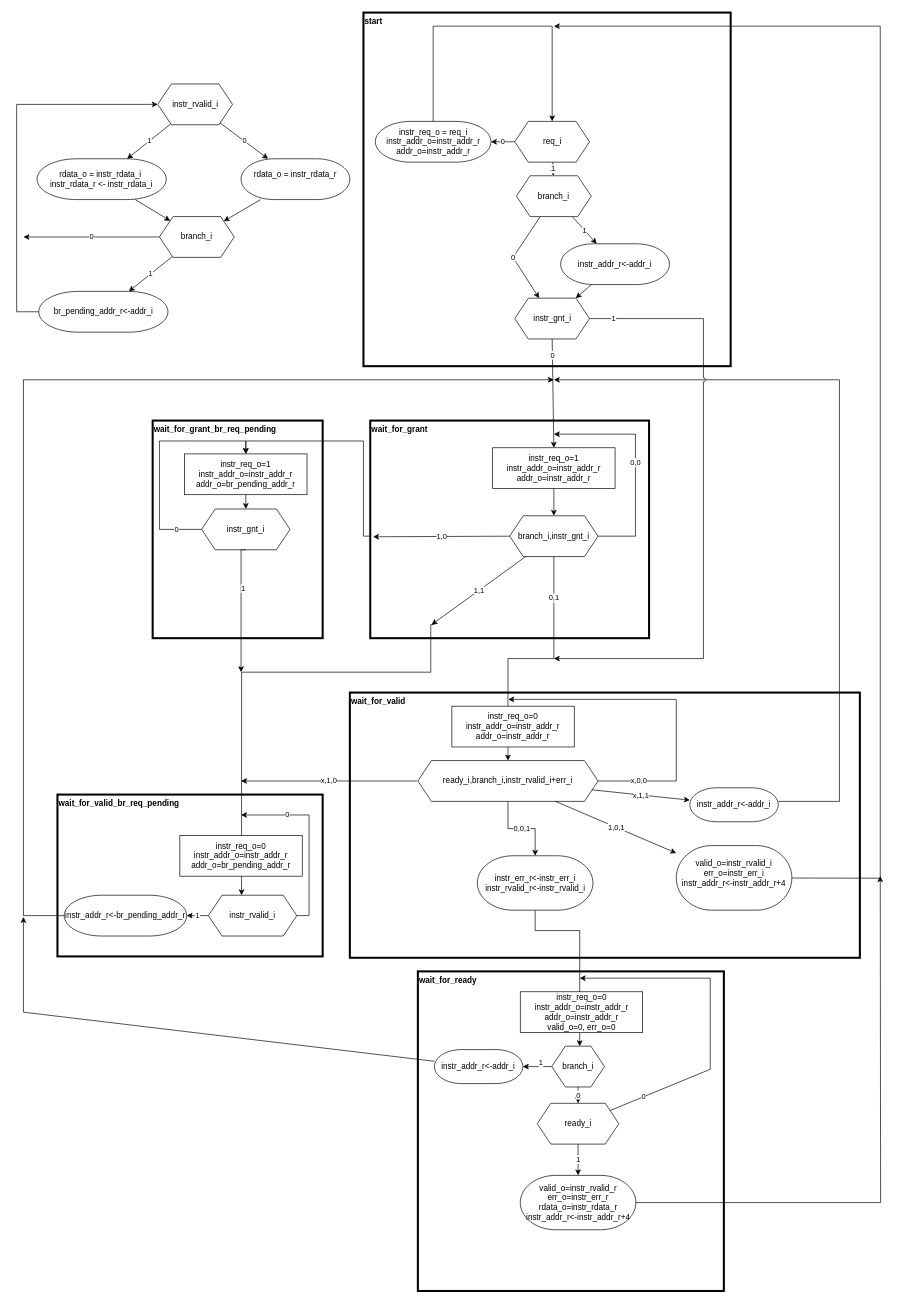
This is docs/assets/single-prefetch-buffer-fsm.drawio from epsilon537/boxlambda, a draw.io file, before an edit. Source tidied: cells renumbered, new cells numbered last; positions are measured from the earlier drawing's top-left corner, leaving out a move shared by most shapes. Both pictures are drawn from the tidied source at 68%, with x=0, y=0 at pixel (16, 12).
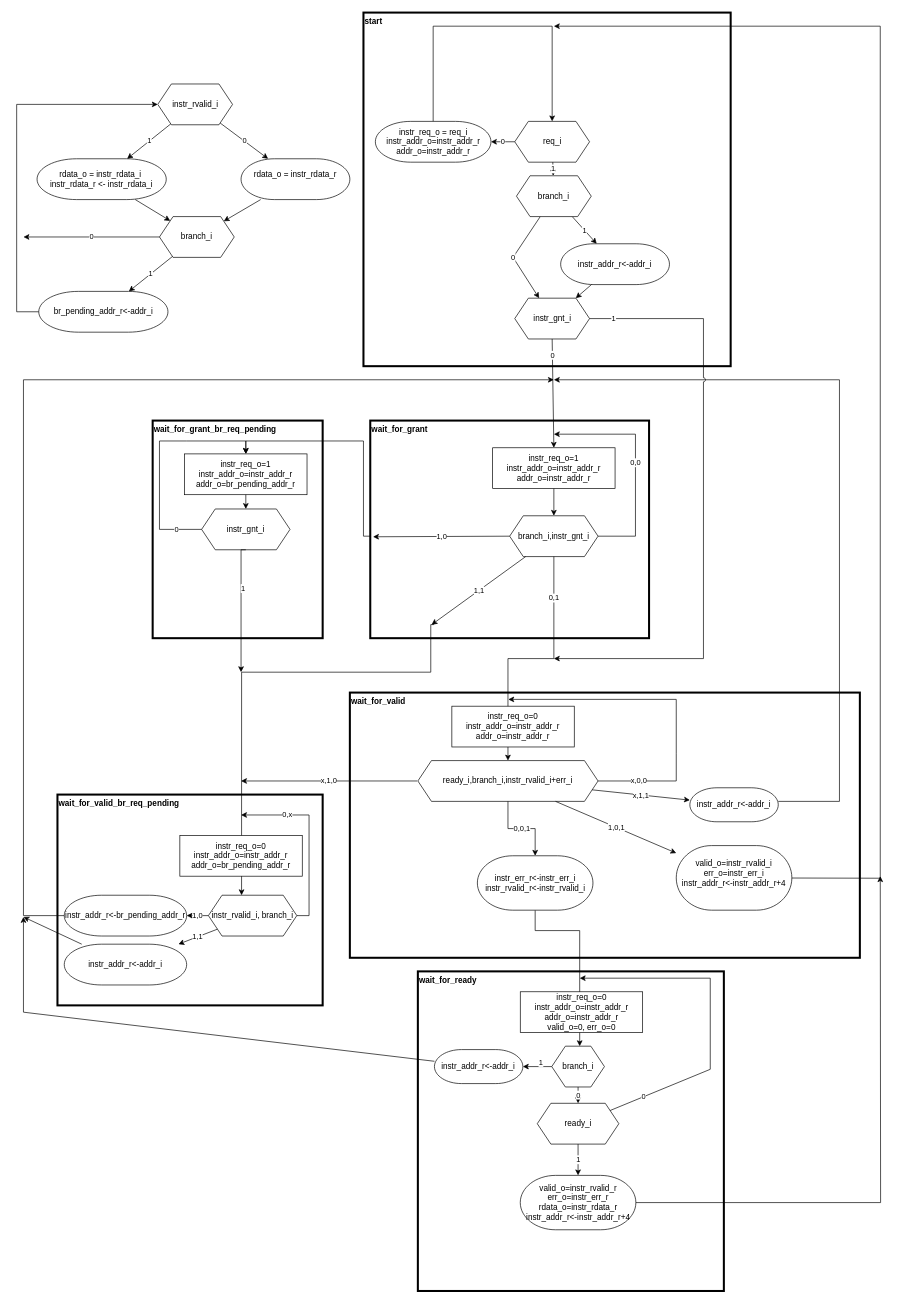
The same page after the edit.

Unchanged cells that the change refers to:
```xml
<mxCell id="32" value="instr_addr_r&amp;lt;-br_pending_addr_r" style="strokeWidth=1;html=1;shape=mxgraph.flowchart.terminator;whiteSpace=wrap;" parent="1" vertex="1">
  <mxGeometry x="70" y="1298" width="180" height="60" as="geometry" />
</mxCell>
```

Change to the diagram source:
```diff
@@
     <mxCell id="6" value="wait_for_valid_br_req_pending" style="rounded=0;whiteSpace=wrap;html=1;verticalAlign=top;align=left;fillColor=none;strokeWidth=3;fontStyle=1;" parent="1" vertex="1">
-      <mxGeometry x="60" y="1150" width="390" height="238" as="geometry" />
+      <mxGeometry x="60" y="1150" width="390" height="310" as="geometry" />
     </mxCell>
@@
-    <mxCell id="27" value="instr_rvalid_i" style="shape=hexagon;perimeter=hexagonPerimeter2;whiteSpace=wrap;html=1;fixedSize=1;" parent="1" vertex="1">
+    <mxCell id="27" value="instr_rvalid_i, branch_i" style="shape=hexagon;perimeter=hexagonPerimeter2;whiteSpace=wrap;html=1;fixedSize=1;" parent="1" vertex="1">
       <mxGeometry x="282" y="1298" width="130" height="60" as="geometry" />
     </mxCell>
@@
-    <mxCell id="33" value="1" style="endArrow=classic;html=1;rounded=0;exitX=0;exitY=0.5;exitDx=0;exitDy=0;" parent="1" edge="1" source="27" target="32">
+    <mxCell id="33" value="1,0" style="endArrow=classic;html=1;rounded=0;exitX=0;exitY=0.5;exitDx=0;exitDy=0;" parent="1" edge="1" source="27" target="32">
       <mxGeometry relative="1" as="geometry" />
     </mxCell>
@@
-    <mxCell id="56" value="0" style="endArrow=classic;html=1;rounded=0;" parent="1" edge="1" source="27">
+    <mxCell id="56" value="0,x" style="endArrow=classic;html=1;rounded=0;" parent="1" edge="1" source="27">
       <mxGeometry x="0.49" relative="1" as="geometry">
         <mxPoint x="330" y="1180" as="targetPoint" />
         <Array as="points">
           <mxPoint x="430" y="1328" />
           <mxPoint x="430" y="1180" />
         </Array>
       </mxGeometry>
     </mxCell>
@@
+    <mxCell id="77" value="instr_addr_r&amp;lt;-addr_i" style="strokeWidth=1;html=1;shape=mxgraph.flowchart.terminator;whiteSpace=wrap;" parent="1" vertex="1">
+      <mxGeometry x="70" y="1370" width="180" height="60" as="geometry" />
+    </mxCell>
+    <mxCell id="78" value="1,1" style="endArrow=classic;html=1;rounded=0;defaultLabelBackgroundColor=page;" parent="1" edge="1" source="27" target="77">
+      <mxGeometry relative="1" as="geometry" />
+    </mxCell>
+    <mxCell id="79" style="endArrow=classic;html=1;rounded=0;defaultLabelBackgroundColor=page;" parent="1" edge="1" source="77">
+      <mxGeometry relative="1" as="geometry">
+        <mxPoint x="10" y="1330" as="targetPoint" />
+      </mxGeometry>
+    </mxCell>
```
